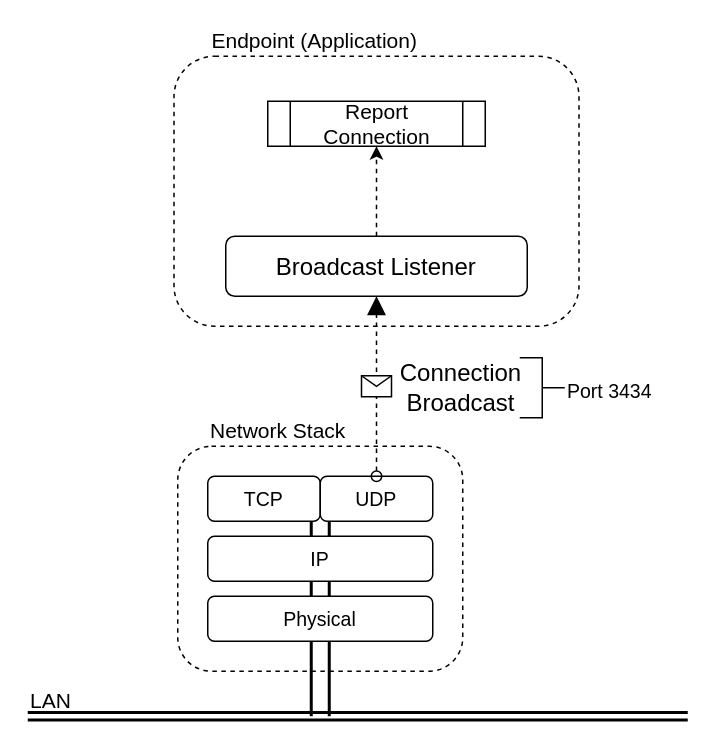
B3W/Endpoints keeps this draw.io diagram as page "Broadcast-Listener" (2 of 3) of docs/Endpoint-App-Diagrams.drawio. Above is the earlier version. Source tidied: cells renumbered, new cells numbered last; positions are measured from the earlier drawing's top-left corner, leaving out a move shared by most shapes. Both pictures are drawn from the tidied source at 150%, with x=0, y=0 at pixel (27, 26).
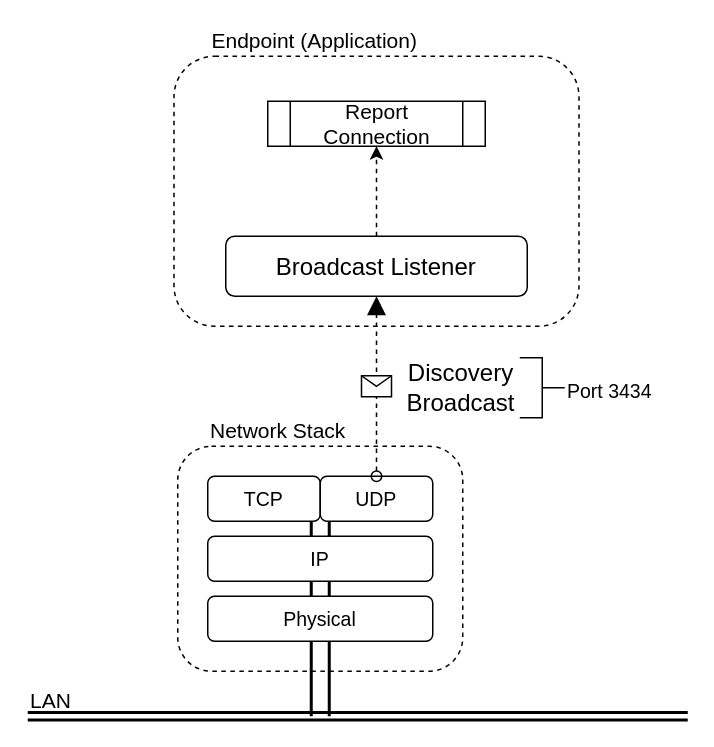
The same page after the edit.

Commit message (it also covers changes not shown here):
Created diagram for TCP connection listener.

What changed in the source:
```diff
@@
-    <mxCell id="20" value="&lt;div style=&quot;font-size: 16px;&quot;&gt;Connection Broadcast&lt;br style=&quot;font-size: 16px;&quot;&gt;&lt;/div&gt;" style="text;html=1;strokeColor=none;fillColor=none;align=center;verticalAlign=middle;whiteSpace=wrap;rounded=0;fontSize=16;" parent="1" vertex="1">
+    <mxCell id="20" value="&lt;div style=&quot;font-size: 16px&quot;&gt;Discovery Broadcast&lt;br style=&quot;font-size: 16px&quot;&gt;&lt;/div&gt;" style="text;html=1;strokeColor=none;fillColor=none;align=center;verticalAlign=middle;whiteSpace=wrap;rounded=0;fontSize=16;" parent="1" vertex="1">
       <mxGeometry x="245" y="211" width="88" height="60" as="geometry" />
     </mxCell>
```
